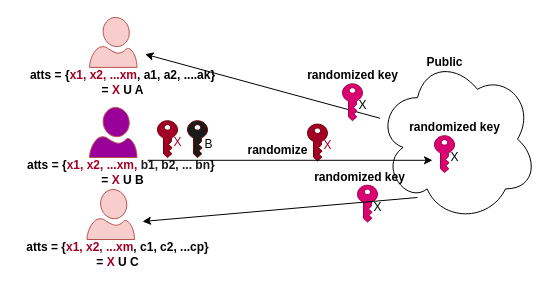
huyle84/diagrams keeps this draw.io diagram as AKL.drawio. Above is the earlier version. Source tidied: cells renumbered, new cells numbered last; positions are measured from the earlier drawing's top-left corner, leaving out a move shared by most shapes. Both pictures are drawn from the tidied source at 100%, with x=0, y=0 at pixel (17, 17).
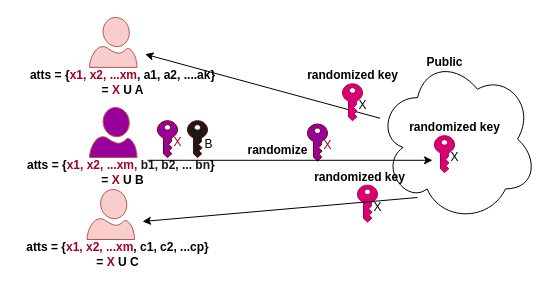
Above is the later version.

The edit, as a diff of the source:
```diff
@@
-    <mxCell id="7" style="sketch=0;shadow=0;dashed=0;html=1;strokeColor=#6F0000;labelPosition=center;verticalLabelPosition=bottom;verticalAlign=top;align=center;shape=mxgraph.office.security.key_permissions;fillColor=#A20025;rotation=0;fontColor=#ffffff;" parent="1" vertex="1">
+    <mxCell id="7" style="sketch=0;shadow=0;dashed=0;html=1;strokeColor=#6F0000;labelPosition=center;verticalLabelPosition=bottom;verticalAlign=top;align=center;shape=mxgraph.office.security.key_permissions;fillColor=#990099;rotation=0;fontColor=#ffffff;" parent="1" vertex="1">
       <mxGeometry x="140" y="103.2" width="20" height="36.9" as="geometry" />
     </mxCell>
@@
-    <mxCell id="23" style="sketch=0;shadow=0;dashed=0;html=1;strokeColor=#6F0000;labelPosition=center;verticalLabelPosition=bottom;verticalAlign=top;align=center;shape=mxgraph.office.security.key_permissions;fillColor=#A20025;rotation=0;fontColor=#ffffff;" parent="1" vertex="1">
+    <mxCell id="23" style="sketch=0;shadow=0;dashed=0;html=1;strokeColor=#6F0000;labelPosition=center;verticalLabelPosition=bottom;verticalAlign=top;align=center;shape=mxgraph.office.security.key_permissions;fillColor=#990099;rotation=0;fontColor=#ffffff;" parent="1" vertex="1">
       <mxGeometry x="290" y="106.6" width="20" height="36.9" as="geometry" />
     </mxCell>
```
